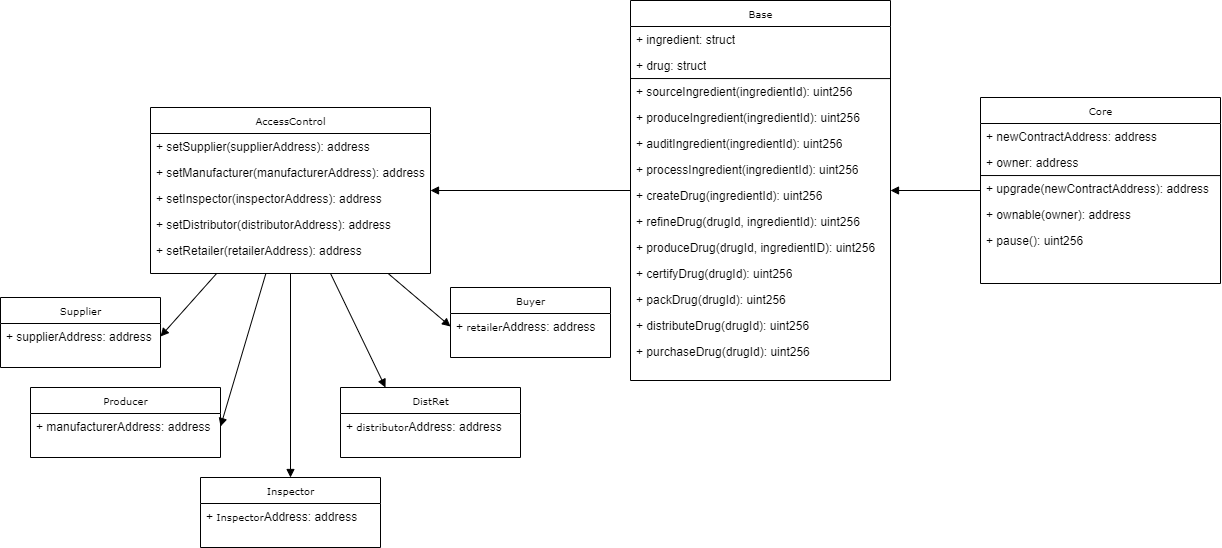
Above: docs/Classes.png in kirinshibori/DrugChain (draw.io), before the change. Source tidied: cells renumbered, new cells last; positions are measured from the earlier drawing's top-left corner, leaving out a move shared by most shapes. Source of this version:
```xml
<mxGraphModel background="#ffffff">
  <root>
    <mxCell id="0" />
    <mxCell id="1" parent="0" />
    <mxCell id="2" value="AccessControl" style="swimlane;html=1;fontStyle=0;horizontal=1;startSize=26;fillColor=none;swimlaneFillColor=#ffffff;rounded=0;shadow=0;comic=0;labelBackgroundColor=none;strokeWidth=1;fontFamily=Verdana;fontSize=10;align=center;" parent="1" vertex="1">
      <mxGeometry x="150" y="107" width="280" height="166" as="geometry" />
    </mxCell>
    <mxCell id="3" value="+ setSupplier(supplierAddress): address" style="text;html=1;strokeColor=none;fillColor=none;align=left;verticalAlign=top;spacingLeft=4;spacingRight=4;whiteSpace=wrap;overflow=hidden;" parent="2" vertex="1">
      <mxGeometry y="26" width="280" height="26" as="geometry" />
    </mxCell>
    <mxCell id="4" value="+ setManufacturer(manufacturerAddress): address" style="text;html=1;strokeColor=none;fillColor=none;align=left;verticalAlign=top;spacingLeft=4;spacingRight=4;whiteSpace=wrap;overflow=hidden;" parent="2" vertex="1">
      <mxGeometry y="52" width="280" height="26" as="geometry" />
    </mxCell>
    <mxCell id="5" value="+ setInspector(inspectorAddress): address" style="text;html=1;strokeColor=none;fillColor=none;align=left;verticalAlign=top;spacingLeft=4;spacingRight=4;whiteSpace=wrap;overflow=hidden;" parent="2" vertex="1">
      <mxGeometry y="78" width="280" height="26" as="geometry" />
    </mxCell>
    <mxCell id="6" value="+ setDistributor(distributorAddress): address" style="text;html=1;strokeColor=none;fillColor=none;align=left;verticalAlign=top;spacingLeft=4;spacingRight=4;whiteSpace=wrap;overflow=hidden;" parent="2" vertex="1">
      <mxGeometry y="104" width="280" height="26" as="geometry" />
    </mxCell>
    <mxCell id="7" value="+ setRetailer(retailerAddress): address" style="text;html=1;strokeColor=none;fillColor=none;align=left;verticalAlign=top;spacingLeft=4;spacingRight=4;whiteSpace=wrap;overflow=hidden;" parent="2" vertex="1">
      <mxGeometry y="130" width="280" height="26" as="geometry" />
    </mxCell>
    <mxCell id="8" value="Producer" style="swimlane;html=1;fontStyle=0;horizontal=1;startSize=26;fillColor=none;swimlaneFillColor=#ffffff;rounded=0;shadow=0;comic=0;labelBackgroundColor=none;strokeWidth=1;fontFamily=Verdana;fontSize=10;align=center;" parent="1" vertex="1">
      <mxGeometry x="30" y="387" width="190" height="70" as="geometry" />
    </mxCell>
    <mxCell id="9" value="+ manufacturerAddress: address" style="text;html=1;strokeColor=none;fillColor=none;align=left;verticalAlign=top;spacingLeft=4;spacingRight=4;whiteSpace=wrap;overflow=hidden;points=[[0,0.5],[1,0.5]];portConstraint=eastwest;" parent="8" vertex="1">
      <mxGeometry y="26" width="190" height="26" as="geometry" />
    </mxCell>
    <mxCell id="10" value="Supplier" style="swimlane;html=1;fontStyle=0;horizontal=1;startSize=26;fillColor=none;swimlaneFillColor=#ffffff;rounded=0;shadow=0;comic=0;labelBackgroundColor=none;strokeWidth=1;fontFamily=Verdana;fontSize=10;align=center;" parent="1" vertex="1">
      <mxGeometry y="297" width="160" height="70" as="geometry" />
    </mxCell>
    <mxCell id="11" value="+ supplierAddress: address" style="text;html=1;strokeColor=none;fillColor=none;align=left;verticalAlign=top;spacingLeft=4;spacingRight=4;whiteSpace=wrap;overflow=hidden;points=[[0,0.5],[1,0.5]];portConstraint=eastwest;" parent="10" vertex="1">
      <mxGeometry y="26" width="160" height="26" as="geometry" />
    </mxCell>
    <mxCell id="12" style="edgeStyle=none;rounded=0;jettySize=auto;html=1;exitX=0.5;exitY=0;exitDx=0;exitDy=0;startArrow=block;startFill=1;endArrow=none;endFill=0;" parent="1" edge="1" source="13" target="2">
      <mxGeometry relative="1" as="geometry" />
    </mxCell>
    <mxCell id="13" value="Inspector" style="swimlane;html=1;fontStyle=0;horizontal=1;startSize=26;fillColor=none;swimlaneFillColor=#ffffff;rounded=0;shadow=0;comic=0;labelBackgroundColor=none;strokeWidth=1;fontFamily=Verdana;fontSize=10;align=center;" parent="1" vertex="1">
      <mxGeometry x="200" y="477" width="180" height="70" as="geometry" />
    </mxCell>
    <mxCell id="14" value="+&amp;nbsp;&lt;span style=&quot;font-family: &amp;#34;verdana&amp;#34; ; font-size: 10px ; text-align: center&quot;&gt;Inspector&lt;/span&gt;Address: address" style="text;html=1;strokeColor=none;fillColor=none;align=left;verticalAlign=top;spacingLeft=4;spacingRight=4;whiteSpace=wrap;overflow=hidden;" parent="13" vertex="1">
      <mxGeometry y="26" width="180" height="26" as="geometry" />
    </mxCell>
    <mxCell id="15" style="edgeStyle=none;rounded=0;jettySize=auto;html=1;exitX=0.25;exitY=0;exitDx=0;exitDy=0;startArrow=block;startFill=1;endArrow=none;endFill=0;" parent="1" edge="1" source="16" target="2">
      <mxGeometry relative="1" as="geometry" />
    </mxCell>
    <mxCell id="16" value="DistRet" style="swimlane;html=1;fontStyle=0;horizontal=1;startSize=26;fillColor=none;swimlaneFillColor=#ffffff;rounded=0;shadow=0;comic=0;labelBackgroundColor=none;strokeWidth=1;fontFamily=Verdana;fontSize=10;align=center;" parent="1" vertex="1">
      <mxGeometry x="340" y="387" width="180" height="70" as="geometry" />
    </mxCell>
    <mxCell id="17" value="+&amp;nbsp;&lt;span style=&quot;font-family: &amp;#34;verdana&amp;#34; ; font-size: 10px ; text-align: center&quot;&gt;distributor&lt;/span&gt;Address: address" style="text;html=1;strokeColor=none;fillColor=none;align=left;verticalAlign=top;spacingLeft=4;spacingRight=4;whiteSpace=wrap;overflow=hidden;" parent="16" vertex="1">
      <mxGeometry y="26" width="180" height="26" as="geometry" />
    </mxCell>
    <mxCell id="18" value="Buyer" style="swimlane;html=1;fontStyle=0;horizontal=1;startSize=26;fillColor=none;swimlaneFillColor=#ffffff;rounded=0;shadow=0;comic=0;labelBackgroundColor=none;strokeWidth=1;fontFamily=Verdana;fontSize=10;align=center;" parent="1" vertex="1">
      <mxGeometry x="450" y="287" width="160" height="70" as="geometry" />
    </mxCell>
    <mxCell id="19" value="&lt;div style=&quot;text-align: center&quot;&gt;+ &lt;font face=&quot;verdana&quot;&gt;&lt;span style=&quot;font-size: 10px&quot;&gt;retailer&lt;/span&gt;&lt;/font&gt;Address: address&lt;/div&gt;" style="text;html=1;strokeColor=none;fillColor=none;align=left;verticalAlign=top;spacingLeft=4;spacingRight=4;whiteSpace=wrap;overflow=hidden;points=[[0,0.5],[1,0.5]];portConstraint=eastwest;" parent="18" vertex="1">
      <mxGeometry y="26" width="160" height="26" as="geometry" />
    </mxCell>
    <mxCell id="20" style="edgeStyle=none;rounded=0;jettySize=auto;html=1;exitX=1;exitY=0.5;exitDx=0;exitDy=0;startArrow=block;startFill=1;endArrow=none;endFill=0;" parent="1" edge="1" source="9" target="2">
      <mxGeometry relative="1" as="geometry" />
    </mxCell>
    <mxCell id="21" style="edgeStyle=none;rounded=0;jettySize=auto;html=1;exitX=1;exitY=0.5;exitDx=0;exitDy=0;startArrow=block;startFill=1;endArrow=none;endFill=0;" parent="1" edge="1" source="11" target="2">
      <mxGeometry relative="1" as="geometry" />
    </mxCell>
    <mxCell id="22" style="edgeStyle=none;rounded=0;jettySize=auto;html=1;exitX=0;exitY=0.5;exitDx=0;exitDy=0;startArrow=block;startFill=1;endArrow=none;endFill=0;" parent="1" edge="1" source="19" target="2">
      <mxGeometry relative="1" as="geometry" />
    </mxCell>
    <mxCell id="23" value="Base" style="swimlane;html=1;fontStyle=0;horizontal=1;startSize=26;fillColor=none;swimlaneFillColor=#ffffff;rounded=0;shadow=0;comic=0;labelBackgroundColor=none;strokeWidth=1;fontFamily=Verdana;fontSize=10;align=center;" parent="1" vertex="1">
      <mxGeometry x="630" width="260" height="380" as="geometry" />
    </mxCell>
    <mxCell id="24" value="+ ingredient: struct" style="text;html=1;strokeColor=none;fillColor=none;align=left;verticalAlign=top;spacingLeft=4;spacingRight=4;whiteSpace=wrap;overflow=hidden;" parent="23" vertex="1">
      <mxGeometry y="26" width="260" height="26" as="geometry" />
    </mxCell>
    <mxCell id="25" value="+ drug: struct" style="text;html=1;strokeColor=none;fillColor=none;align=left;verticalAlign=top;spacingLeft=4;spacingRight=4;whiteSpace=wrap;overflow=hidden;points=[[0,0.5],[1,0.5]];portConstraint=eastwest;" parent="23" vertex="1">
      <mxGeometry y="52" width="260" height="26" as="geometry" />
    </mxCell>
    <mxCell id="26" value="+ sourceIngredient(ingredientId): uint256" style="text;html=1;strokeColor=none;fillColor=none;align=left;verticalAlign=top;spacingLeft=4;spacingRight=4;whiteSpace=wrap;overflow=hidden;points=[[0,0.5],[1,0.5]];portConstraint=eastwest;" parent="23" vertex="1">
      <mxGeometry y="78" width="260" height="26" as="geometry" />
    </mxCell>
    <mxCell id="27" value="+ produceIngredient(ingredientId): uint256" style="text;html=1;strokeColor=none;fillColor=none;align=left;verticalAlign=top;spacingLeft=4;spacingRight=4;whiteSpace=wrap;overflow=hidden;" parent="23" vertex="1">
      <mxGeometry y="104" width="260" height="26" as="geometry" />
    </mxCell>
    <mxCell id="28" value="+ auditIngredient(ingredientId): uint256" style="text;html=1;strokeColor=none;fillColor=none;align=left;verticalAlign=top;spacingLeft=4;spacingRight=4;whiteSpace=wrap;overflow=hidden;" parent="23" vertex="1">
      <mxGeometry y="130" width="260" height="26" as="geometry" />
    </mxCell>
    <mxCell id="29" style="endArrow=none;html=1;exitX=0.002;exitY=0.001;exitDx=0;exitDy=0;exitPerimeter=0;entryX=0.999;entryY=1.003;entryDx=0;entryDy=0;entryPerimeter=0;" parent="23" edge="1" source="26" target="25">
      <mxGeometry relative="1" as="geometry" />
    </mxCell>
    <mxCell id="30" value="+ processIngredient(ingredientId): uint256" style="text;html=1;strokeColor=none;fillColor=none;align=left;verticalAlign=top;spacingLeft=4;spacingRight=4;whiteSpace=wrap;overflow=hidden;" parent="23" vertex="1">
      <mxGeometry y="156" width="260" height="26" as="geometry" />
    </mxCell>
    <mxCell id="31" value="+ createDrug(ingredientId): uint256" style="text;html=1;strokeColor=none;fillColor=none;align=left;verticalAlign=top;spacingLeft=4;spacingRight=4;whiteSpace=wrap;overflow=hidden;" parent="23" vertex="1">
      <mxGeometry y="182" width="260" height="26" as="geometry" />
    </mxCell>
    <mxCell id="32" value="+ refineDrug(drugId, ingredientId): uint256" style="text;html=1;strokeColor=none;fillColor=none;align=left;verticalAlign=top;spacingLeft=4;spacingRight=4;whiteSpace=wrap;overflow=hidden;" parent="23" vertex="1">
      <mxGeometry y="208" width="260" height="26" as="geometry" />
    </mxCell>
    <mxCell id="33" value="+ produceDrug(drugId, ingredientID): uint256" style="text;html=1;strokeColor=none;fillColor=none;align=left;verticalAlign=top;spacingLeft=4;spacingRight=4;whiteSpace=wrap;overflow=hidden;" parent="23" vertex="1">
      <mxGeometry y="234" width="260" height="26" as="geometry" />
    </mxCell>
    <mxCell id="34" value="+ certifyDrug(drugId): uint256" style="text;html=1;strokeColor=none;fillColor=none;align=left;verticalAlign=top;spacingLeft=4;spacingRight=4;whiteSpace=wrap;overflow=hidden;" parent="23" vertex="1">
      <mxGeometry y="260" width="260" height="26" as="geometry" />
    </mxCell>
    <mxCell id="35" value="+ packDrug(drugId): uint256" style="text;html=1;strokeColor=none;fillColor=none;align=left;verticalAlign=top;spacingLeft=4;spacingRight=4;whiteSpace=wrap;overflow=hidden;" parent="23" vertex="1">
      <mxGeometry y="286" width="260" height="26" as="geometry" />
    </mxCell>
    <mxCell id="36" value="+ distributeDrug(drugId): uint256" style="text;html=1;strokeColor=none;fillColor=none;align=left;verticalAlign=top;spacingLeft=4;spacingRight=4;whiteSpace=wrap;overflow=hidden;" parent="23" vertex="1">
      <mxGeometry y="312" width="260" height="26" as="geometry" />
    </mxCell>
    <mxCell id="37" value="+ purchaseDrug(drugId): uint256" style="text;html=1;strokeColor=none;fillColor=none;align=left;verticalAlign=top;spacingLeft=4;spacingRight=4;whiteSpace=wrap;overflow=hidden;" parent="23" vertex="1">
      <mxGeometry y="338" width="260" height="26" as="geometry" />
    </mxCell>
    <mxCell id="38" style="edgeStyle=none;rounded=0;jettySize=auto;html=1;startArrow=block;startFill=1;endArrow=none;endFill=0;" parent="1" edge="1" source="23" target="40">
      <mxGeometry relative="1" as="geometry" />
    </mxCell>
    <mxCell id="39" style="edgeStyle=none;rounded=0;jettySize=auto;html=1;startArrow=block;startFill=1;endArrow=none;endFill=0;" parent="1" edge="1" source="2" target="23">
      <mxGeometry relative="1" as="geometry" />
    </mxCell>
    <mxCell id="40" value="Core" style="swimlane;html=1;fontStyle=0;horizontal=1;startSize=26;fillColor=none;swimlaneFillColor=#ffffff;rounded=0;shadow=0;comic=0;labelBackgroundColor=none;strokeWidth=1;fontFamily=Verdana;fontSize=10;align=center;" parent="1" vertex="1">
      <mxGeometry x="980" y="97" width="240" height="186" as="geometry" />
    </mxCell>
    <mxCell id="41" value="+ newContractAddress: address" style="text;html=1;strokeColor=none;fillColor=none;align=left;verticalAlign=top;spacingLeft=4;spacingRight=4;whiteSpace=wrap;overflow=hidden;" parent="40" vertex="1">
      <mxGeometry y="26" width="240" height="26" as="geometry" />
    </mxCell>
    <mxCell id="42" value="+ owner: address" style="text;html=1;strokeColor=none;fillColor=none;align=left;verticalAlign=top;spacingLeft=4;spacingRight=4;whiteSpace=wrap;overflow=hidden;points=[[0,0.5],[1,0.5]];portConstraint=eastwest;" parent="40" vertex="1">
      <mxGeometry y="52" width="240" height="26" as="geometry" />
    </mxCell>
    <mxCell id="43" value="+ upgrade(newContractAddress): address" style="text;html=1;strokeColor=none;fillColor=none;align=left;verticalAlign=top;spacingLeft=4;spacingRight=4;whiteSpace=wrap;overflow=hidden;points=[[0,0.5],[1,0.5]];portConstraint=eastwest;" parent="40" vertex="1">
      <mxGeometry y="78" width="240" height="26" as="geometry" />
    </mxCell>
    <mxCell id="44" value="+ ownable(owner): address" style="text;html=1;strokeColor=none;fillColor=none;align=left;verticalAlign=top;spacingLeft=4;spacingRight=4;whiteSpace=wrap;overflow=hidden;" parent="40" vertex="1">
      <mxGeometry y="104" width="240" height="26" as="geometry" />
    </mxCell>
    <mxCell id="45" value="+ pause(): uint256" style="text;html=1;strokeColor=none;fillColor=none;align=left;verticalAlign=top;spacingLeft=4;spacingRight=4;whiteSpace=wrap;overflow=hidden;" parent="40" vertex="1">
      <mxGeometry y="130" width="240" height="26" as="geometry" />
    </mxCell>
    <mxCell id="46" style="endArrow=none;html=1;exitX=0.002;exitY=0.001;exitDx=0;exitDy=0;exitPerimeter=0;entryX=0.999;entryY=1.003;entryDx=0;entryDy=0;entryPerimeter=0;" parent="40" edge="1" source="43" target="42">
      <mxGeometry relative="1" as="geometry" />
    </mxCell>
  </root>
</mxGraphModel>
```
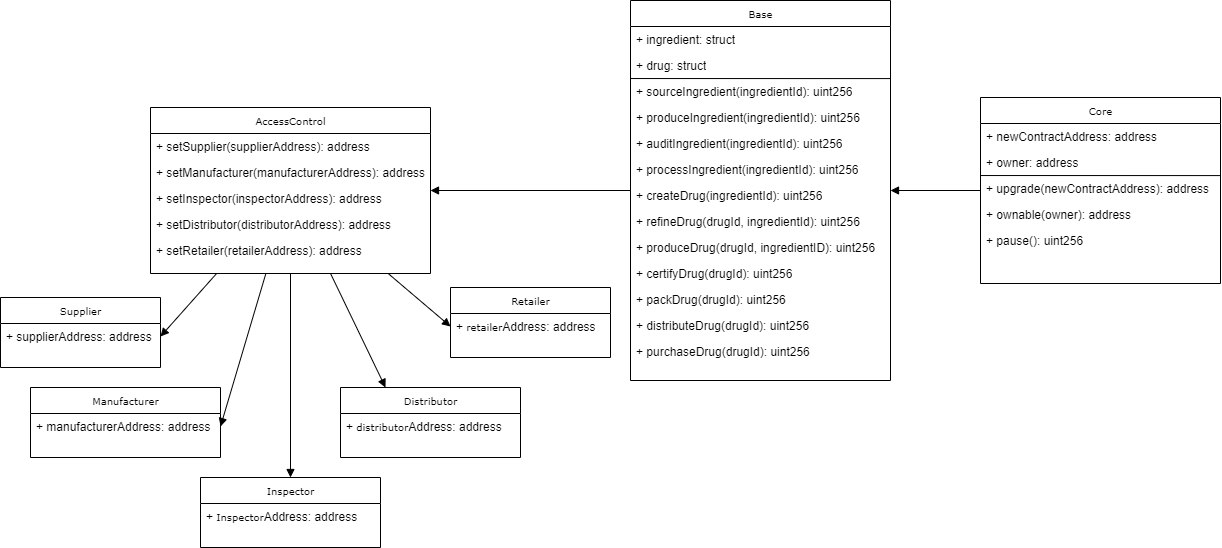
Above is the later version.

Diff of the diagram source:
```diff
@@ -20,7 +20,7 @@
     <mxCell id="7" value="+ setRetailer(retailerAddress): address" style="text;html=1;strokeColor=none;fillColor=none;align=left;verticalAlign=top;spacingLeft=4;spacingRight=4;whiteSpace=wrap;overflow=hidden;" parent="2" vertex="1">
       <mxGeometry y="130" width="280" height="26" as="geometry" />
     </mxCell>
-    <mxCell id="8" value="Producer" style="swimlane;html=1;fontStyle=0;horizontal=1;startSize=26;fillColor=none;swimlaneFillColor=#ffffff;rounded=0;shadow=0;comic=0;labelBackgroundColor=none;strokeWidth=1;fontFamily=Verdana;fontSize=10;align=center;" parent="1" vertex="1">
+    <mxCell id="8" value="Manufacturer" style="swimlane;html=1;fontStyle=0;horizontal=1;startSize=26;fillColor=none;swimlaneFillColor=#ffffff;rounded=0;shadow=0;comic=0;labelBackgroundColor=none;strokeWidth=1;fontFamily=Verdana;fontSize=10;align=center;" parent="1" vertex="1">
       <mxGeometry x="30" y="387" width="190" height="70" as="geometry" />
     </mxCell>
     <mxCell id="9" value="+ manufacturerAddress: address" style="text;html=1;strokeColor=none;fillColor=none;align=left;verticalAlign=top;spacingLeft=4;spacingRight=4;whiteSpace=wrap;overflow=hidden;points=[[0,0.5],[1,0.5]];portConstraint=eastwest;" parent="8" vertex="1">
@@ -44,13 +44,13 @@
     <mxCell id="15" style="edgeStyle=none;rounded=0;jettySize=auto;html=1;exitX=0.25;exitY=0;exitDx=0;exitDy=0;startArrow=block;startFill=1;endArrow=none;endFill=0;" parent="1" edge="1" source="16" target="2">
       <mxGeometry relative="1" as="geometry" />
     </mxCell>
-    <mxCell id="16" value="DistRet" style="swimlane;html=1;fontStyle=0;horizontal=1;startSize=26;fillColor=none;swimlaneFillColor=#ffffff;rounded=0;shadow=0;comic=0;labelBackgroundColor=none;strokeWidth=1;fontFamily=Verdana;fontSize=10;align=center;" parent="1" vertex="1">
+    <mxCell id="16" value="Distributor" style="swimlane;html=1;fontStyle=0;horizontal=1;startSize=26;fillColor=none;swimlaneFillColor=#ffffff;rounded=0;shadow=0;comic=0;labelBackgroundColor=none;strokeWidth=1;fontFamily=Verdana;fontSize=10;align=center;" parent="1" vertex="1">
       <mxGeometry x="340" y="387" width="180" height="70" as="geometry" />
     </mxCell>
     <mxCell id="17" value="+&amp;nbsp;&lt;span style=&quot;font-family: &amp;#34;verdana&amp;#34; ; font-size: 10px ; text-align: center&quot;&gt;distributor&lt;/span&gt;Address: address" style="text;html=1;strokeColor=none;fillColor=none;align=left;verticalAlign=top;spacingLeft=4;spacingRight=4;whiteSpace=wrap;overflow=hidden;" parent="16" vertex="1">
       <mxGeometry y="26" width="180" height="26" as="geometry" />
     </mxCell>
-    <mxCell id="18" value="Buyer" style="swimlane;html=1;fontStyle=0;horizontal=1;startSize=26;fillColor=none;swimlaneFillColor=#ffffff;rounded=0;shadow=0;comic=0;labelBackgroundColor=none;strokeWidth=1;fontFamily=Verdana;fontSize=10;align=center;" parent="1" vertex="1">
+    <mxCell id="18" value="Retailer" style="swimlane;html=1;fontStyle=0;horizontal=1;startSize=26;fillColor=none;swimlaneFillColor=#ffffff;rounded=0;shadow=0;comic=0;labelBackgroundColor=none;strokeWidth=1;fontFamily=Verdana;fontSize=10;align=center;" parent="1" vertex="1">
       <mxGeometry x="450" y="287" width="160" height="70" as="geometry" />
     </mxCell>
     <mxCell id="19" value="&lt;div style=&quot;text-align: center&quot;&gt;+ &lt;font face=&quot;verdana&quot;&gt;&lt;span style=&quot;font-size: 10px&quot;&gt;retailer&lt;/span&gt;&lt;/font&gt;Address: address&lt;/div&gt;" style="text;html=1;strokeColor=none;fillColor=none;align=left;verticalAlign=top;spacingLeft=4;spacingRight=4;whiteSpace=wrap;overflow=hidden;points=[[0,0.5],[1,0.5]];portConstraint=eastwest;" parent="18" vertex="1">
```
